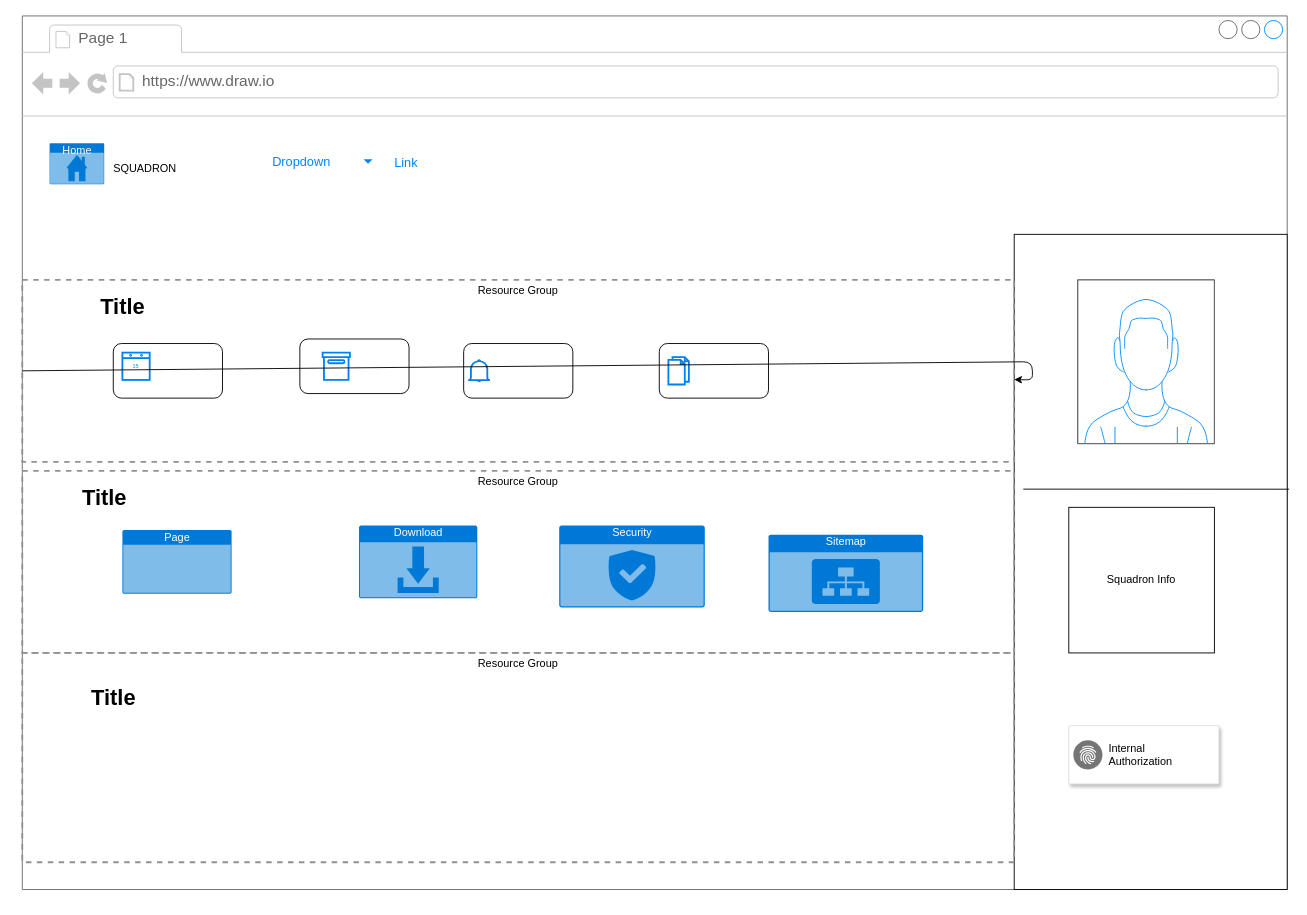
Above: page "Page-1" (1 of 2) of WireFrame- Home Navigation sites.drawio in Kadena-AB-Data-Operations/WireFrame (draw.io), before the change. Source tidied: cells renumbered, new cells numbered last; positions are measured from the earlier drawing's top-left corner, leaving out a move shared by most shapes. Both pictures are drawn from the tidied source at 91%, with x=0, y=0 at pixel (22, 15).
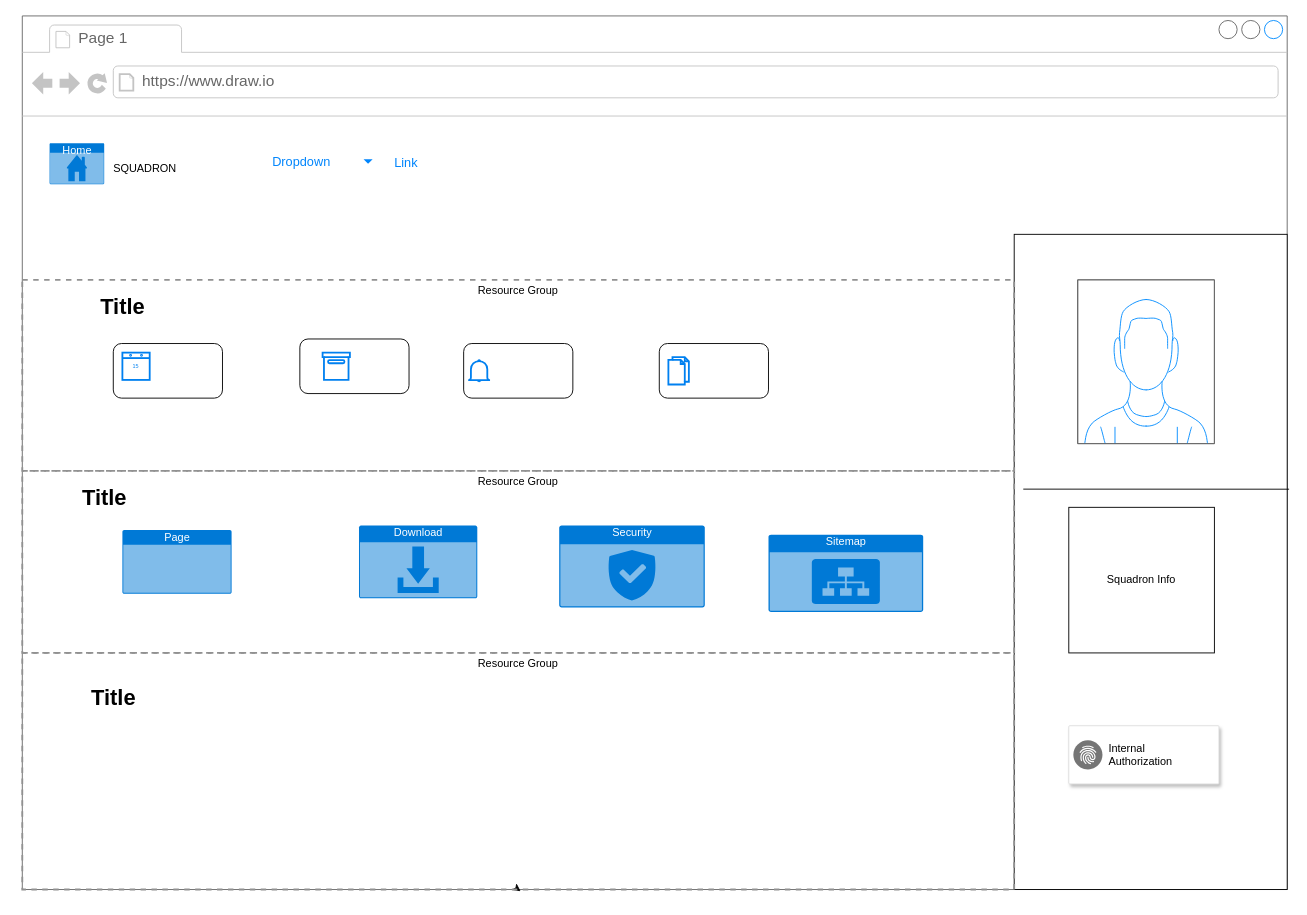
The same diagram, later.

Unchanged cells that the change refers to:
```xml
<mxCell id="3" style="strokeWidth=1;shadow=0;dashed=0;align=center;html=1;shape=mxgraph.mockup.containers.browserWindow;rSize=0;strokeColor=#666666;strokeColor2=#008cff;strokeColor3=#c4c4c4;mainText=,;" parent="1" vertex="1">
  <mxGeometry width="1390" height="960" as="geometry" />
</mxCell>
```

The edit, as a diff of the source:
```diff
@@
+    <mxCell id="36" style="edgeStyle=none;html=1;exitX=0.5;exitY=1;exitDx=0;exitDy=0;entryX=0.394;entryY=1.002;entryDx=0;entryDy=0;entryPerimeter=0;" parent="3" edge="1" source="22" target="3">
+      <mxGeometry relative="1" as="geometry" />
+    </mxCell>
     <mxCell id="22" value="Resource Group" style="fontStyle=0;verticalAlign=top;align=center;spacingTop=-2;fillColor=none;rounded=0;whiteSpace=wrap;html=1;strokeColor=#919191;strokeWidth=2;dashed=1;" parent="3" vertex="1">
-      <mxGeometry y="700" width="1090" height="230" as="geometry" />
+      <mxGeometry y="700" width="1090" height="260" as="geometry" />
     </mxCell>
@@
     <mxCell id="24" value="Resource Group" style="fontStyle=0;verticalAlign=top;align=center;spacingTop=-2;fillColor=none;rounded=0;whiteSpace=wrap;html=1;strokeColor=#919191;strokeWidth=2;dashed=1;" parent="3" vertex="1">
-      <mxGeometry y="290" width="1090" height="200" as="geometry" />
+      <mxGeometry y="290" width="1090" height="210" as="geometry" />
     </mxCell>
@@
-    <mxCell id="34" style="edgeStyle=none;html=1;exitX=0;exitY=0.5;exitDx=0;exitDy=0;" parent="3" edge="1" source="24" target="24">
-      <mxGeometry relative="1" as="geometry" />
-    </mxCell>
```
